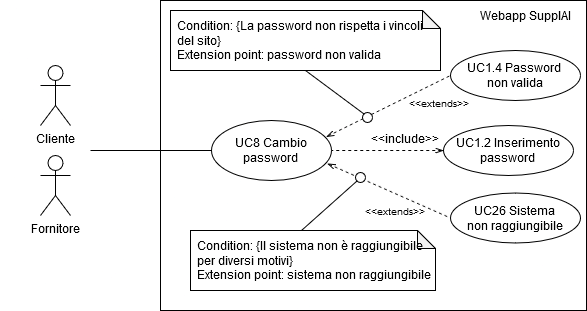
Before: 2 - RTB/imgs/cambio-password.png, a diagram exported from draw.io (CodeHex16/documentazione). Source tidied: cells renumbered, new cells last; positions are measured from the earlier drawing's top-left corner, leaving out a move shared by most shapes.
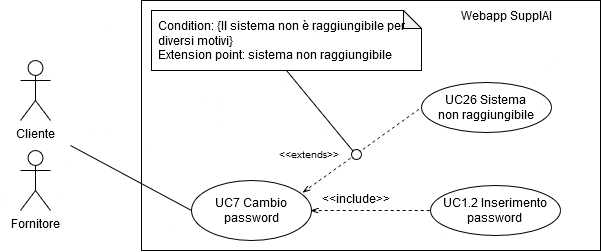
Later version of the same file.

Commit message:
finalizzate le immagini e use case, eliminate le estensioni di password invalida da cambio password e recupero perché estende già inserimento password

Diff of the diagram source:
```diff
@@ -3,73 +3,54 @@
     <mxCell id="0" />
     <mxCell id="1" parent="0" />
     <mxCell id="2" style="rounded=0;whiteSpace=wrap;html=1;fillColor=none;align=right;strokeColor=none;" parent="1" vertex="1">
-      <mxGeometry x="20" y="55" width="70" height="190" as="geometry" />
+      <mxGeometry x="695" y="1040" width="70" height="190" as="geometry" />
     </mxCell>
     <mxCell id="3" style="rounded=0;whiteSpace=wrap;html=1;fillColor=none;align=right;" parent="1" vertex="1">
-      <mxGeometry x="160" width="426" height="310" as="geometry" />
+      <mxGeometry x="836" y="990" width="459" height="250" as="geometry" />
     </mxCell>
     <mxCell id="4" value="Fornitore" style="shape=umlActor;verticalLabelPosition=bottom;verticalAlign=top;html=1;" parent="1" vertex="1">
-      <mxGeometry x="40" y="155" width="30" height="60" as="geometry" />
+      <mxGeometry x="715" y="1140" width="30" height="60" as="geometry" />
     </mxCell>
-    <mxCell id="5" style="rounded=0;jettySize=auto;html=1;exitX=0.964;exitY=0.717;exitDx=0;exitDy=0;entryX=0;entryY=0.5;entryDx=0;entryDy=0;endArrow=none;endFill=0;dashed=1;startArrow=openThin;startFill=0;exitPerimeter=0;" parent="1" edge="1" source="6" target="15">
-      <mxGeometry relative="1" as="geometry" />
+    <mxCell id="5" value="UC7 Cambio password" style="ellipse;whiteSpace=wrap;html=1;" parent="1" vertex="1">
+      <mxGeometry x="886" y="1170" width="120" height="60" as="geometry" />
     </mxCell>
-    <mxCell id="6" value="&lt;div&gt;UC8 Cambio&lt;/div&gt;&lt;div&gt;password&lt;br&gt;&lt;/div&gt;" style="ellipse;whiteSpace=wrap;html=1;" parent="1" vertex="1">
-      <mxGeometry x="211" y="120" width="120" height="60" as="geometry" />
+    <mxCell id="6" style="endArrow=none;html=1;rounded=0;entryX=0;entryY=0.5;entryDx=0;entryDy=0;exitX=1;exitY=0.5;exitDx=0;exitDy=0;" parent="1" edge="1" source="2" target="5">
+      <mxGeometry relative="1" as="geometry" />
     </mxCell>
-    <mxCell id="7" style="endArrow=none;html=1;rounded=0;entryX=0;entryY=0.5;entryDx=0;entryDy=0;exitX=1;exitY=0.5;exitDx=0;exitDy=0;" parent="1" edge="1" source="2" target="6">
-      <mxGeometry relative="1" as="geometry" />
+    <mxCell id="7" value="&lt;div&gt;UC26 Sistema&lt;/div&gt;&lt;div&gt;non raggiungibile&lt;br&gt;&lt;/div&gt;" style="ellipse;whiteSpace=wrap;html=1;" parent="1" vertex="1">
+      <mxGeometry x="1116" y="1072" width="130" height="50" as="geometry" />
     </mxCell>
-    <mxCell id="8" value="&lt;div&gt;UC1.4 Password&amp;nbsp;&lt;/div&gt;&lt;div&gt;non valida&lt;br&gt;&lt;/div&gt;" style="ellipse;whiteSpace=wrap;html=1;" parent="1" vertex="1">
-      <mxGeometry x="450" y="50" width="130" height="50" as="geometry" />
+    <mxCell id="8" value="&lt;font style=&quot;font-size: 10px;&quot;&gt;&amp;lt;&amp;lt;extends&amp;gt;&amp;gt;&lt;/font&gt;" style="text;html=1;whiteSpace=wrap;overflow=hidden;rounded=0;" parent="1" vertex="1">
+      <mxGeometry x="972" y="1130" width="71" height="30" as="geometry" />
     </mxCell>
-    <mxCell id="9" style="endArrow=none;html=1;rounded=0;exitX=0;exitY=0;exitDx=111;exitDy=0;exitPerimeter=0;entryX=0;entryY=1;entryDx=0;entryDy=0;" parent="1" edge="1" source="10" target="12">
-      <mxGeometry relative="1" as="geometry" />
+    <mxCell id="9" value="Webapp SupplAI" style="text;html=1;align=center;verticalAlign=middle;whiteSpace=wrap;rounded=0;" parent="1" vertex="1">
+      <mxGeometry x="1147" y="990" width="109" height="30" as="geometry" />
     </mxCell>
-    <mxCell id="10" value="&lt;div align=&quot;left&quot; style=&quot;padding-left: 5px;&quot;&gt;Condition: {Il sistema non è raggiungibile&lt;/div&gt;&lt;div align=&quot;left&quot; style=&quot;padding-left: 5px;&quot;&gt;per diversi motivi}&lt;/div&gt;&lt;div align=&quot;left&quot; style=&quot;padding-left: 5px;&quot;&gt;Extension point: sistema non raggiungibile&lt;br&gt;&lt;/div&gt;" style="shape=note;whiteSpace=wrap;html=1;backgroundOutline=1;darkOpacity=0.05;size=18;align=left;" parent="1" vertex="1">
-      <mxGeometry x="190" y="230" width="245" height="60" as="geometry" />
+    <mxCell id="10" value="Cliente" style="shape=umlActor;verticalLabelPosition=bottom;verticalAlign=top;html=1;outlineConnect=0;" parent="1" vertex="1">
+      <mxGeometry x="715" y="1050" width="30" height="60" as="geometry" />
     </mxCell>
-    <mxCell id="11" value="Webapp SupplAI" style="text;html=1;align=center;verticalAlign=middle;whiteSpace=wrap;rounded=0;" parent="1" vertex="1">
-      <mxGeometry x="471" width="109" height="30" as="geometry" />
+    <mxCell id="11" style="rounded=0;jettySize=auto;html=1;exitX=0.925;exitY=0.202;exitDx=0;exitDy=0;entryX=0;entryY=0.5;entryDx=0;entryDy=0;endArrow=none;endFill=0;dashed=1;startArrow=openThin;startFill=0;exitPerimeter=0;" parent="1" edge="1" source="5" target="7">
+      <mxGeometry relative="1" as="geometry" />
     </mxCell>
-    <mxCell id="12" style="ellipse;whiteSpace=wrap;html=1;" parent="1" vertex="1">
-      <mxGeometry x="355" y="172" width="10" height="10" as="geometry" />
+    <mxCell id="12" value="&lt;div align=&quot;left&quot; style=&quot;padding-left: 5px;&quot;&gt;Condition: {Il sistema non è raggiungibile per&lt;/div&gt;&lt;div align=&quot;left&quot; style=&quot;padding-left: 5px;&quot;&gt;diversi motivi}&lt;br&gt;&lt;/div&gt;&lt;div align=&quot;left&quot; style=&quot;padding-left: 5px;&quot;&gt;Extension point: sistema non raggiungibile&lt;br&gt;&lt;/div&gt;" style="shape=note;whiteSpace=wrap;html=1;backgroundOutline=1;darkOpacity=0.05;size=18;align=left;" parent="1" vertex="1">
+      <mxGeometry x="846" y="1000" width="270" height="60" as="geometry" />
     </mxCell>
-    <mxCell id="13" style="rounded=0;whiteSpace=wrap;html=1;fillColor=none;strokeColor=none;" parent="1" vertex="1">
-      <mxGeometry y="119" width="10" height="45" as="geometry" />
+    <mxCell id="13" style="ellipse;whiteSpace=wrap;html=1;" parent="1" vertex="1">
+      <mxGeometry x="1046" y="1139" width="10" height="10" as="geometry" />
     </mxCell>
-    <mxCell id="14" value="Cliente" style="shape=umlActor;verticalLabelPosition=bottom;verticalAlign=top;html=1;" parent="1" vertex="1">
-      <mxGeometry x="40" y="65" width="30" height="60" as="geometry" />
+    <mxCell id="14" style="endArrow=none;html=1;rounded=0;exitX=0.5;exitY=1;exitDx=0;exitDy=0;exitPerimeter=0;entryX=0;entryY=0;entryDx=0;entryDy=0;" parent="1" edge="1" source="12" target="13">
+      <mxGeometry relative="1" as="geometry" />
     </mxCell>
-    <mxCell id="15" value="&lt;div&gt;UC26 Sistema&lt;/div&gt;&lt;div&gt;non raggiungibile&lt;br&gt;&lt;/div&gt;" style="ellipse;whiteSpace=wrap;html=1;" parent="1" vertex="1">
-      <mxGeometry x="450" y="192.5" width="130" height="50" as="geometry" />
+    <mxCell id="15" style="rounded=0;jettySize=auto;html=1;entryX=0;entryY=0.5;entryDx=0;entryDy=0;endArrow=none;endFill=0;dashed=1;startArrow=openThin;startFill=0;" parent="1" edge="1" target="16">
+      <mxGeometry relative="1" as="geometry">
+        <mxPoint x="1005" y="1200" as="sourcePoint" />
+      </mxGeometry>
     </mxCell>
-    <mxCell id="16" style="rounded=0;jettySize=auto;html=1;exitX=0.957;exitY=0.272;exitDx=0;exitDy=0;entryX=0;entryY=0.5;entryDx=0;entryDy=0;endArrow=none;endFill=0;dashed=1;startArrow=openThin;startFill=0;exitPerimeter=0;" parent="1" edge="1" source="6" target="8">
-      <mxGeometry relative="1" as="geometry" />
+    <mxCell id="16" value="&lt;div&gt;UC1.2 Inserimento&lt;/div&gt;&lt;div&gt;password&lt;br&gt;&lt;/div&gt;" style="ellipse;whiteSpace=wrap;html=1;" parent="1" vertex="1">
+      <mxGeometry x="1125" y="1175" width="130" height="50" as="geometry" />
     </mxCell>
-    <mxCell id="17" value="&lt;font style=&quot;font-size: 10px;&quot;&gt;&amp;lt;&amp;lt;extends&amp;gt;&amp;gt;&lt;/font&gt;" style="text;html=1;whiteSpace=wrap;overflow=hidden;rounded=0;" parent="1" vertex="1">
-      <mxGeometry x="363" y="197" width="80" height="20" as="geometry" />
+    <mxCell id="17" value="&amp;lt;&amp;lt;include&amp;gt;&amp;gt;" style="text;html=1;whiteSpace=wrap;overflow=hidden;rounded=0;" parent="1" vertex="1">
+      <mxGeometry x="1015" y="1175" width="80" height="20" as="geometry" />
     </mxCell>
-    <mxCell id="18" value="&lt;div align=&quot;left&quot; style=&quot;padding-left: 5px;&quot;&gt;Condition: {La password non rispetta i vincoli&lt;/div&gt;&lt;div align=&quot;left&quot; style=&quot;padding-left: 5px;&quot;&gt;del sito}&lt;br&gt;&lt;/div&gt;&lt;div align=&quot;left&quot; style=&quot;padding-left: 5px;&quot;&gt;Extension point: password non valida&lt;br&gt;&lt;/div&gt;" style="shape=note;whiteSpace=wrap;html=1;backgroundOutline=1;darkOpacity=0.05;size=18;align=left;" parent="1" vertex="1">
-      <mxGeometry x="170" y="10" width="270" height="60" as="geometry" />
-    </mxCell>
-    <mxCell id="19" style="ellipse;whiteSpace=wrap;html=1;" parent="1" vertex="1">
-      <mxGeometry x="362" y="112" width="10" height="10" as="geometry" />
-    </mxCell>
-    <mxCell id="20" style="endArrow=none;html=1;rounded=0;exitX=0.5;exitY=1;exitDx=0;exitDy=0;exitPerimeter=0;entryX=0;entryY=0;entryDx=0;entryDy=0;" parent="1" edge="1" source="18" target="19">
-      <mxGeometry relative="1" as="geometry" />
-    </mxCell>
-    <mxCell id="21" value="&lt;font style=&quot;font-size: 10px;&quot;&gt;&amp;lt;&amp;lt;extends&amp;gt;&amp;gt;&lt;/font&gt;" style="text;html=1;whiteSpace=wrap;overflow=hidden;rounded=0;" parent="1" vertex="1">
-      <mxGeometry x="407" y="89" width="71" height="30" as="geometry" />
-    </mxCell>
-    <mxCell id="22" value="&lt;div&gt;UC1.2 Inserimento&lt;/div&gt;&lt;div&gt;password&lt;br&gt;&lt;/div&gt;" style="ellipse;whiteSpace=wrap;html=1;" parent="1" vertex="1">
-      <mxGeometry x="443" y="125" width="130" height="50" as="geometry" />
-    </mxCell>
-    <mxCell id="23" style="rounded=0;jettySize=auto;html=1;exitX=0;exitY=0.5;exitDx=0;exitDy=0;entryX=1;entryY=0.5;entryDx=0;entryDy=0;endArrow=none;endFill=0;dashed=1;startArrow=openThin;startFill=0;" parent="1" edge="1" source="22" target="6">
-      <mxGeometry relative="1" as="geometry" />
-    </mxCell>
-    <mxCell id="24" value="&amp;lt;&amp;lt;include&amp;gt;&amp;gt;" style="text;html=1;whiteSpace=wrap;overflow=hidden;rounded=0;" parent="1" vertex="1">
-      <mxGeometry x="369" y="125" width="71" height="30" as="geometry" />
-    </mxCell>
   </root>
 </mxGraphModel>
```
